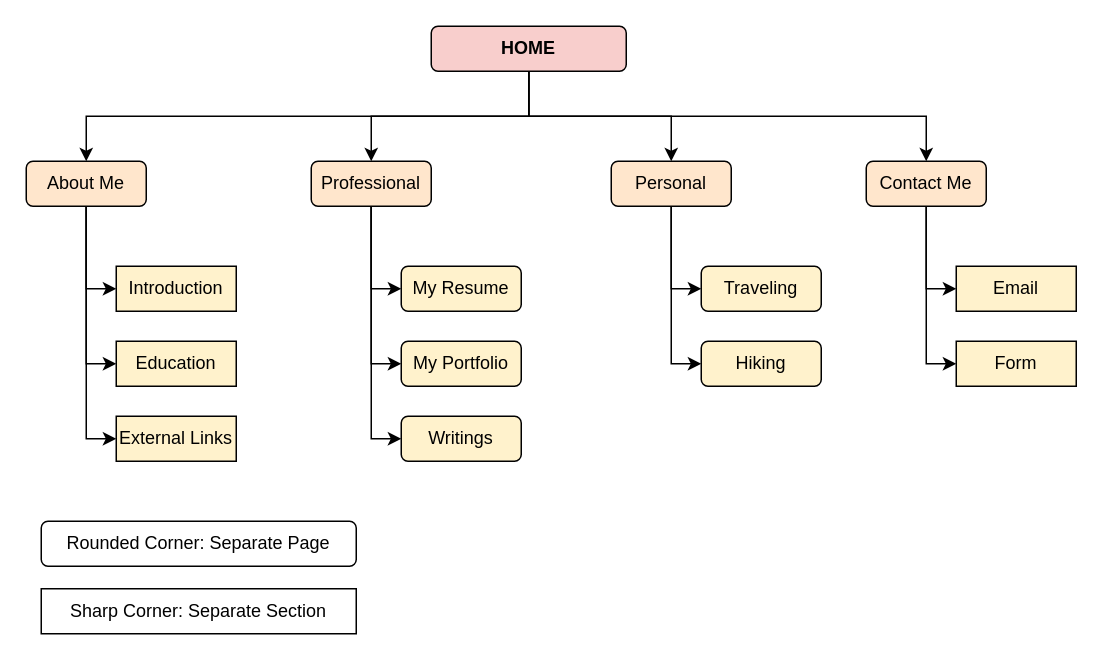
This is site_diagram.drawio from kaicheng0824/cse134-hw2, a draw.io file, before an edit. Source tidied: cells renumbered, new cells numbered last; positions are measured from the earlier drawing's top-left corner, leaving out a move shared by most shapes. Both pictures are drawn from the tidied source at 150%, with x=0, y=0 at pixel (26, 26).
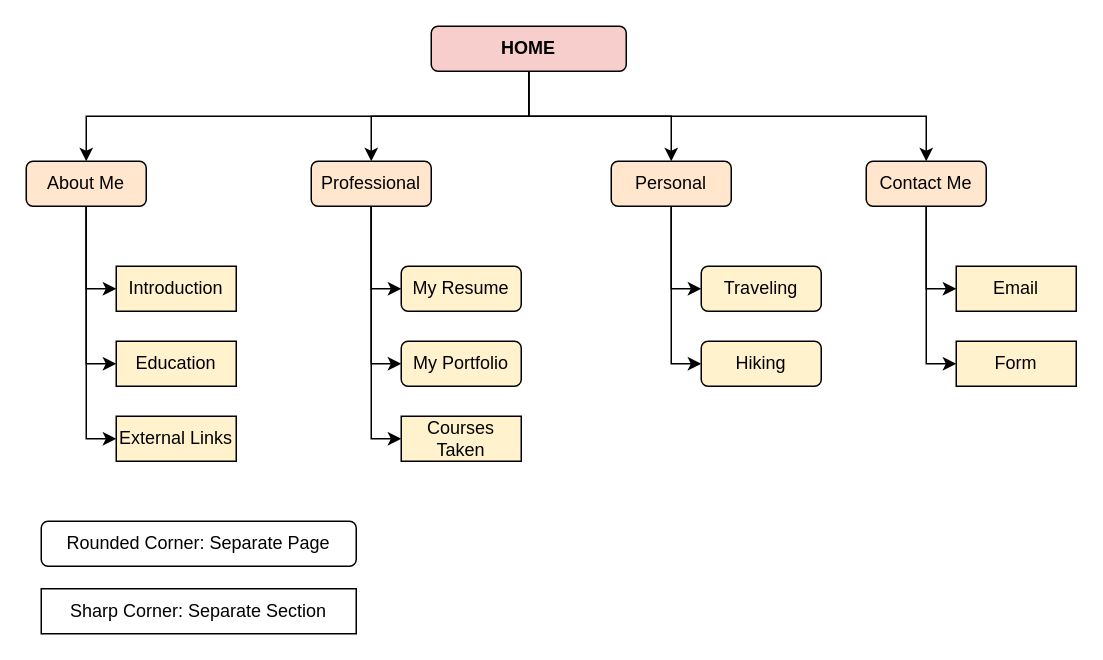
After the change.

Diff of the diagram source:
```diff
@@
-    <mxCell id="23" value="Writings" style="rounded=1;whiteSpace=wrap;html=1;fillColor=#fff2cc;strokeColor=#000000;shadow=0;" parent="1" vertex="1">
+    <mxCell id="23" value="Courses Taken" style="rounded=0;whiteSpace=wrap;html=1;fillColor=#fff2cc;strokeColor=#000000;shadow=0;" parent="1" vertex="1">
       <mxGeometry x="250" y="260" width="80" height="30" as="geometry" />
     </mxCell>
```
